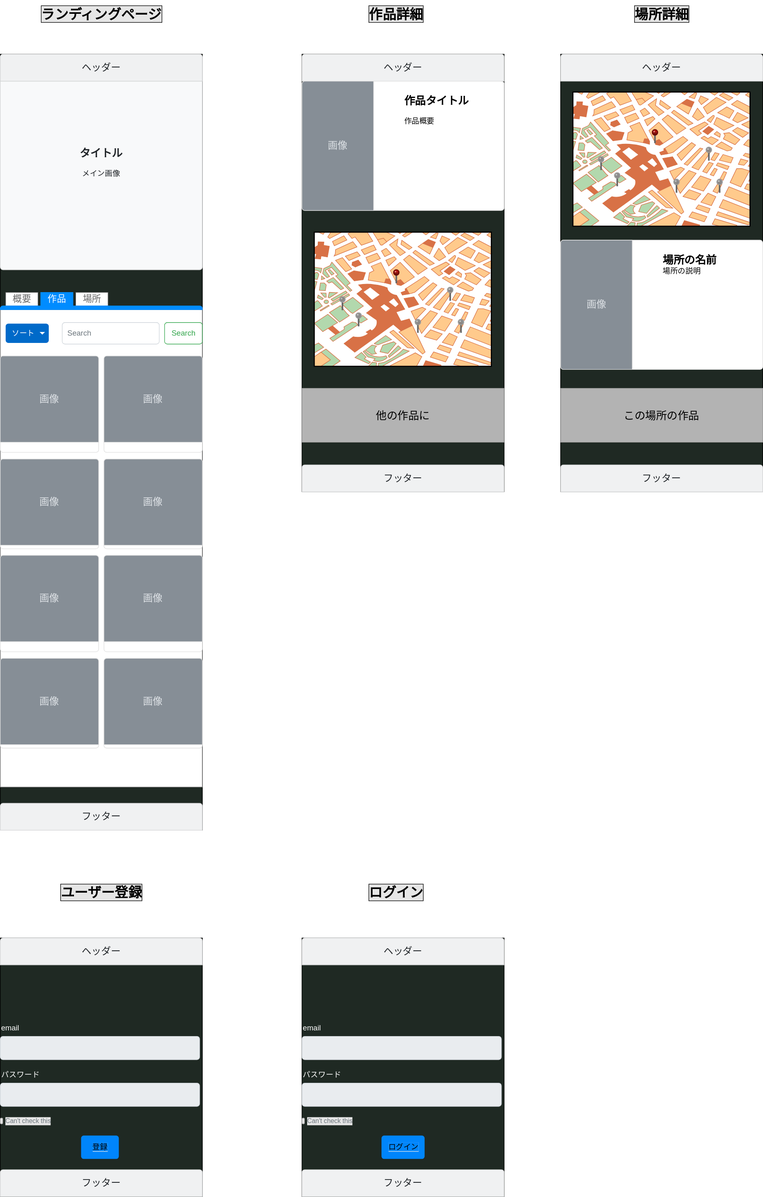
Before: flame.drawio.svg, a diagram exported from draw.io (takumi98/PersonalDevelopment). Source tidied: cells renumbered, new cells last; positions are measured from the earlier drawing's top-left corner, leaving out a move shared by most shapes.
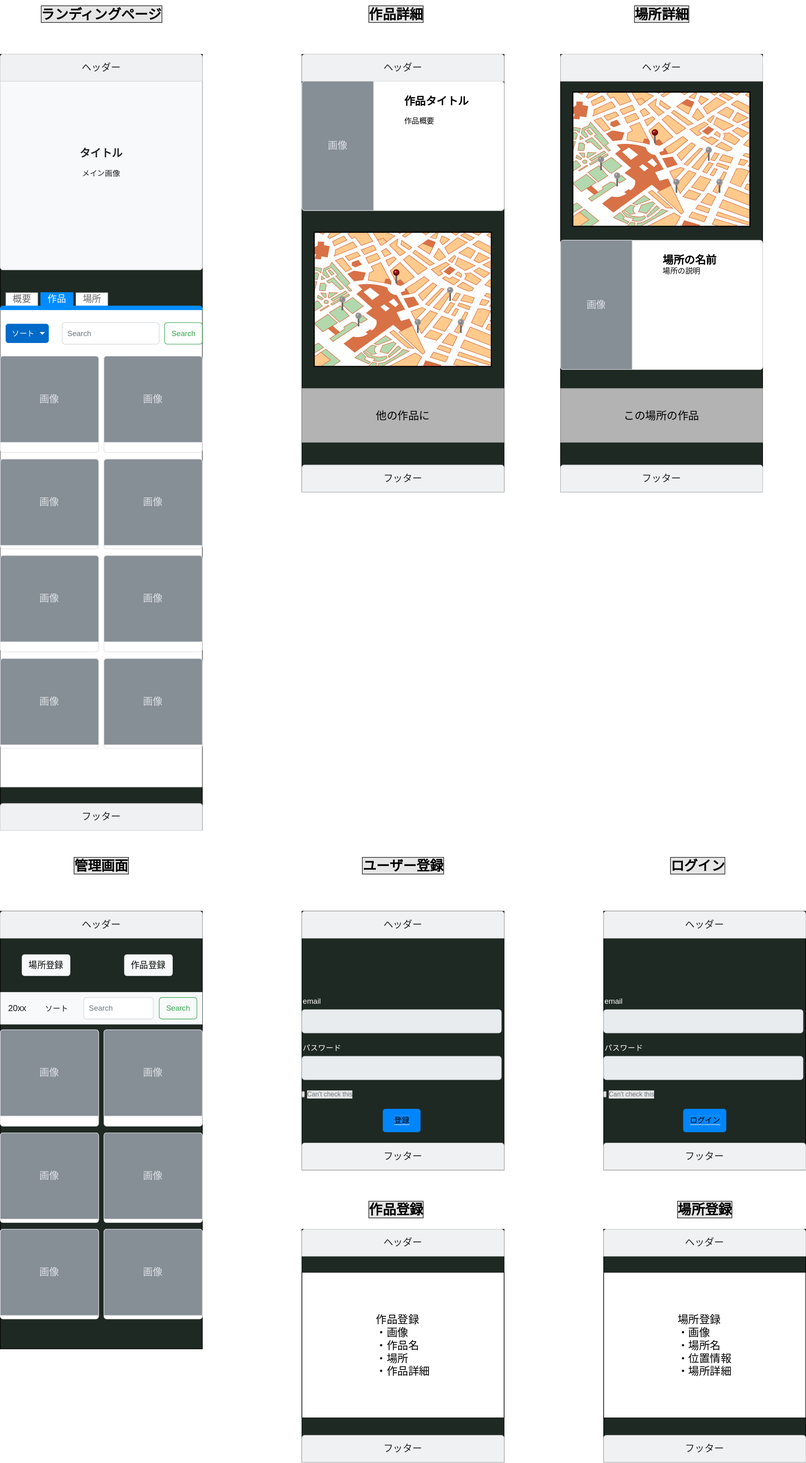
After the change.

Commit message:
[add]管理画面のフレーム追加

Change to the diagram source:
```diff
@@ -219,7 +219,7 @@
       <mxGeometry x="1092.5" width="270" height="50" as="geometry" />
     </mxCell>
     <mxCell id="70" style="group;" parent="1" vertex="1">
-      <mxGeometry y="1740" width="375" height="480" as="geometry" />
+      <mxGeometry x="560" y="1690" width="375" height="480" as="geometry" />
     </mxCell>
     <mxCell id="71" style="verticalLabelPosition=bottom;verticalAlign=top;html=1;shadow=0;dashed=0;strokeWidth=1;shape=mxgraph.ios.iBgFlat;strokeColor=#18211b;fillColor=#1f2923;labelBackgroundColor=#E6E6E6;fontColor=#000000;" parent="70" vertex="1">
       <mxGeometry width="375" height="480" as="geometry" />
@@ -255,10 +255,10 @@
       <mxGeometry x="150" y="366.7" width="70" height="43.3" as="geometry" />
     </mxCell>
     <mxCell id="82" value="&lt;font style=&quot;font-size: 25px&quot;&gt;ユーザー登録&lt;/font&gt;" style="text;html=1;strokeColor=none;fillColor=none;align=center;verticalAlign=middle;whiteSpace=wrap;rounded=0;fontStyle=1;labelBorderColor=#000000;labelBackgroundColor=#E6E6E6;fontColor=#000000;" parent="1" vertex="1">
-      <mxGeometry x="52.5" y="1630" width="270" height="50" as="geometry" />
+      <mxGeometry x="612.5" y="1580" width="270" height="50" as="geometry" />
     </mxCell>
     <mxCell id="83" style="group;" parent="1" vertex="1">
-      <mxGeometry x="560" y="1630" width="375" height="590" as="geometry" />
+      <mxGeometry x="1120" y="1580" width="375" height="590" as="geometry" />
     </mxCell>
     <mxCell id="84" style="group;" parent="83" vertex="1">
       <mxGeometry y="110" width="375" height="480" as="geometry" />
@@ -299,5 +299,122 @@
     <mxCell id="96" value="&lt;span style=&quot;font-size: 25px&quot;&gt;ログイン&lt;/span&gt;" style="text;html=1;strokeColor=none;fillColor=none;align=center;verticalAlign=middle;whiteSpace=wrap;rounded=0;fontStyle=1;labelBorderColor=#000000;labelBackgroundColor=#E6E6E6;fontColor=#000000;" parent="83" vertex="1">
       <mxGeometry x="40" width="270" height="50" as="geometry" />
     </mxCell>
+    <mxCell id="97" value="&lt;span style=&quot;font-size: 25px&quot;&gt;管理画面&lt;/span&gt;" style="text;html=1;strokeColor=none;fillColor=none;align=center;verticalAlign=middle;whiteSpace=wrap;rounded=0;fontStyle=1;labelBorderColor=#000000;labelBackgroundColor=#E6E6E6;fontColor=#000000;" parent="1" vertex="1">
+      <mxGeometry x="52.5" y="1580" width="270" height="50" as="geometry" />
+    </mxCell>
+    <mxCell id="98" style="verticalLabelPosition=bottom;verticalAlign=top;html=1;shadow=0;dashed=0;strokeWidth=1;shape=mxgraph.ios.iBgFlat;strokeColor=#18211b;fillColor=#1f2923;labelBackgroundColor=#E6E6E6;fontColor=#000000;" parent="1" vertex="1">
+      <mxGeometry y="1690" width="375" height="812" as="geometry" />
+    </mxCell>
+    <mxCell id="99" style="verticalLabelPosition=bottom;verticalAlign=top;html=1;shadow=0;dashed=0;strokeWidth=1;shape=mxgraph.ios.iBgFlat;fillColor=none;strokeColor=#000000;" parent="1" vertex="1">
+      <mxGeometry y="1690" width="375" height="812" as="geometry" />
+    </mxCell>
+    <mxCell id="100" value="20xx" style="html=1;shadow=0;dashed=0;fillColor=#F8F9FA;strokeColor=none;fontSize=16;fontColor=#181819;align=left;spacing=15;labelBackgroundColor=none;" parent="1" vertex="1">
+      <mxGeometry y="1840" width="375" height="60" as="geometry" />
+    </mxCell>
+    <mxCell id="101" value="ソート" style="fillColor=none;strokeColor=none;fontSize=14;fontColor=#181819;align=center;" parent="100" vertex="1">
+      <mxGeometry width="70" height="40" relative="1" as="geometry">
+        <mxPoint x="70" y="10" as="offset" />
+      </mxGeometry>
+    </mxCell>
+    <mxCell id="102" value="Search" style="html=1;shadow=0;dashed=0;shape=mxgraph.bootstrap.rrect;rSize=5;fontSize=14;fontColor=#33A64C;strokeColor=#33A64C;fillColor=none;" parent="100" vertex="1">
+      <mxGeometry x="1" width="70" height="40" relative="1" as="geometry">
+        <mxPoint x="-80" y="10" as="offset" />
+      </mxGeometry>
+    </mxCell>
+    <mxCell id="103" value="Search" style="html=1;shadow=0;dashed=0;shape=mxgraph.bootstrap.rrect;rSize=5;fontSize=14;fontColor=#6C767D;strokeColor=#CED4DA;fillColor=#ffffff;align=left;spacing=10;" parent="100" vertex="1">
+      <mxGeometry x="1" width="129" height="40" relative="1" as="geometry">
+        <mxPoint x="-220" y="10" as="offset" />
+      </mxGeometry>
+    </mxCell>
+    <mxCell id="104" style="group;" parent="1" vertex="1">
+      <mxGeometry y="1910" width="375" height="357.7" as="geometry" />
+    </mxCell>
+    <mxCell id="105" style="html=1;shadow=0;dashed=0;shape=mxgraph.bootstrap.rrect;rSize=5;strokeColor=#DFDFDF;html=1;whiteSpace=wrap;fillColor=#ffffff;fontColor=#000000;verticalAlign=top;align=left;spacing=20;spacingBottom=0;fontSize=14;spacingTop=160;" parent="104" vertex="1">
+      <mxGeometry width="182.6" height="178.8" as="geometry" />
+    </mxCell>
+    <mxCell id="106" value="画像" style="html=1;shadow=0;dashed=0;shape=mxgraph.bootstrap.topButton;rSize=5;perimeter=none;whiteSpace=wrap;fillColor=#868E96;strokeColor=#DFDFDF;fontColor=#DEE2E6;fontSize=18;" parent="105" vertex="1">
+      <mxGeometry width="182.57" height="160" relative="1" as="geometry" />
+    </mxCell>
+    <mxCell id="107" style="html=1;shadow=0;dashed=0;shape=mxgraph.bootstrap.rrect;rSize=5;strokeColor=#DFDFDF;html=1;whiteSpace=wrap;fillColor=#ffffff;fontColor=#000000;verticalAlign=top;align=left;spacing=20;spacingBottom=0;fontSize=14;spacingTop=160;" parent="104" vertex="1">
+      <mxGeometry x="192.4" width="182.6" height="178.8" as="geometry" />
+    </mxCell>
+    <mxCell id="108" value="画像" style="html=1;shadow=0;dashed=0;shape=mxgraph.bootstrap.topButton;rSize=5;perimeter=none;whiteSpace=wrap;fillColor=#868E96;strokeColor=#DFDFDF;fontColor=#DEE2E6;fontSize=18;" parent="107" vertex="1">
+      <mxGeometry width="182.57" height="160" relative="1" as="geometry" />
+    </mxCell>
+    <mxCell id="109" style="html=1;shadow=0;dashed=0;shape=mxgraph.bootstrap.rrect;rSize=5;strokeColor=#DFDFDF;html=1;whiteSpace=wrap;fillColor=#ffffff;fontColor=#000000;verticalAlign=top;align=left;spacing=20;spacingBottom=0;fontSize=14;spacingTop=160;" parent="104" vertex="1">
+      <mxGeometry y="191.2" width="182.6" height="166.5" as="geometry" />
+    </mxCell>
+    <mxCell id="110" value="画像" style="html=1;shadow=0;dashed=0;shape=mxgraph.bootstrap.topButton;rSize=5;perimeter=none;whiteSpace=wrap;fillColor=#868E96;strokeColor=#DFDFDF;fontColor=#DEE2E6;fontSize=18;" parent="109" vertex="1">
+      <mxGeometry width="182.57" height="160" relative="1" as="geometry" />
+    </mxCell>
+    <mxCell id="111" style="html=1;shadow=0;dashed=0;shape=mxgraph.bootstrap.rrect;rSize=5;strokeColor=#DFDFDF;html=1;whiteSpace=wrap;fillColor=#ffffff;fontColor=#000000;verticalAlign=top;align=left;spacing=20;spacingBottom=0;fontSize=14;spacingTop=160;" parent="104" vertex="1">
+      <mxGeometry x="192.4" y="191.2" width="182.6" height="166.5" as="geometry" />
+    </mxCell>
+    <mxCell id="112" value="画像" style="html=1;shadow=0;dashed=0;shape=mxgraph.bootstrap.topButton;rSize=5;perimeter=none;whiteSpace=wrap;fillColor=#868E96;strokeColor=#DFDFDF;fontColor=#DEE2E6;fontSize=18;" parent="111" vertex="1">
+      <mxGeometry width="182.57" height="160" relative="1" as="geometry" />
+    </mxCell>
+    <mxCell id="113" value="ヘッダー" style="html=1;shadow=0;dashed=0;shape=mxgraph.bootstrap.topButton;rSize=5;perimeter=none;whiteSpace=wrap;fillColor=#F0F1F2;strokeColor=#D2D3D4;fontColor=#212529;fontSize=18;align=center;spacing=20;" parent="1" vertex="1">
+      <mxGeometry y="1690" width="375" height="50" as="geometry" />
+    </mxCell>
+    <mxCell id="114" style="html=1;shadow=0;dashed=0;shape=mxgraph.bootstrap.rrect;rSize=5;strokeColor=#DFDFDF;html=1;whiteSpace=wrap;fillColor=#ffffff;fontColor=#000000;verticalAlign=top;align=left;spacing=20;spacingBottom=0;fontSize=14;spacingTop=160;" parent="1" vertex="1">
+      <mxGeometry y="2280" width="182.6" height="166.5" as="geometry" />
+    </mxCell>
+    <mxCell id="115" value="画像" style="html=1;shadow=0;dashed=0;shape=mxgraph.bootstrap.topButton;rSize=5;perimeter=none;whiteSpace=wrap;fillColor=#868E96;strokeColor=#DFDFDF;fontColor=#DEE2E6;fontSize=18;" parent="114" vertex="1">
+      <mxGeometry width="182.57" height="160" relative="1" as="geometry" />
+    </mxCell>
+    <mxCell id="116" style="html=1;shadow=0;dashed=0;shape=mxgraph.bootstrap.rrect;rSize=5;strokeColor=#DFDFDF;html=1;whiteSpace=wrap;fillColor=#ffffff;fontColor=#000000;verticalAlign=top;align=left;spacing=20;spacingBottom=0;fontSize=14;spacingTop=160;" parent="1" vertex="1">
+      <mxGeometry x="192.4" y="2280" width="182.6" height="166.5" as="geometry" />
+    </mxCell>
+    <mxCell id="117" value="画像" style="html=1;shadow=0;dashed=0;shape=mxgraph.bootstrap.topButton;rSize=5;perimeter=none;whiteSpace=wrap;fillColor=#868E96;strokeColor=#DFDFDF;fontColor=#DEE2E6;fontSize=18;" parent="116" vertex="1">
+      <mxGeometry width="182.57" height="160" relative="1" as="geometry" />
+    </mxCell>
+    <mxCell id="118" value="場所登録" style="html=1;shadow=0;dashed=0;shape=mxgraph.bootstrap.rrect;rSize=5;strokeColor=none;strokeWidth=1;fillColor=#F8F9FA;fontColor=#000000;whiteSpace=wrap;align=center;verticalAlign=middle;spacingLeft=0;fontStyle=0;fontSize=16;spacing=5;labelBackgroundColor=none;" parent="1" vertex="1">
+      <mxGeometry x="40" y="1770" width="90" height="40" as="geometry" />
+    </mxCell>
+    <mxCell id="119" value="作品登録" style="html=1;shadow=0;dashed=0;shape=mxgraph.bootstrap.rrect;rSize=5;strokeColor=none;strokeWidth=1;fillColor=#F8F9FA;fontColor=#000000;whiteSpace=wrap;align=center;verticalAlign=middle;spacingLeft=0;fontStyle=0;fontSize=16;spacing=5;labelBackgroundColor=none;" parent="1" vertex="1">
+      <mxGeometry x="230" y="1770" width="90" height="40" as="geometry" />
+    </mxCell>
+    <mxCell id="120" value="&lt;span style=&quot;font-size: 25px&quot;&gt;作品登録&lt;/span&gt;" style="text;html=1;strokeColor=none;fillColor=none;align=center;verticalAlign=middle;whiteSpace=wrap;rounded=0;fontStyle=1;labelBorderColor=#000000;labelBackgroundColor=#E6E6E6;fontColor=#000000;" parent="1" vertex="1">
+      <mxGeometry x="640" y="2312.3" width="270" height="50" as="geometry" />
+    </mxCell>
+    <mxCell id="121" style="verticalLabelPosition=bottom;verticalAlign=top;html=1;shadow=0;dashed=0;strokeWidth=1;shape=mxgraph.ios.iBgFlat;strokeColor=#18211b;fillColor=#1f2923;labelBackgroundColor=#E6E6E6;fontColor=#000000;" parent="1" vertex="1">
+      <mxGeometry x="560" y="2280" width="375" height="432.3" as="geometry" />
+    </mxCell>
+    <mxCell id="122" style="verticalLabelPosition=bottom;verticalAlign=top;html=1;shadow=0;dashed=0;strokeWidth=1;shape=mxgraph.ios.iBgFlat;fillColor=none;strokeColor=#000000;" parent="1" vertex="1">
+      <mxGeometry x="560" y="2280" width="375" height="432.3" as="geometry" />
+    </mxCell>
+    <mxCell id="123" value="ヘッダー" style="html=1;shadow=0;dashed=0;shape=mxgraph.bootstrap.topButton;rSize=5;perimeter=none;whiteSpace=wrap;fillColor=#F0F1F2;strokeColor=#D2D3D4;fontColor=#212529;fontSize=18;align=center;spacing=20;" parent="1" vertex="1">
+      <mxGeometry x="560" y="2280" width="375" height="50" as="geometry" />
+    </mxCell>
+    <mxCell id="124" value="フッター" style="html=1;shadow=0;dashed=0;shape=mxgraph.bootstrap.topButton;rSize=5;perimeter=none;whiteSpace=wrap;fillColor=#F0F1F2;strokeColor=#D2D3D4;fontColor=#212529;fontSize=18;align=center;spacing=20;" parent="1" vertex="1">
+      <mxGeometry x="560" y="2662.3" width="375" height="50" as="geometry" />
+    </mxCell>
+    <mxCell id="125" value="&lt;div style=&quot;text-align: justify&quot;&gt;&lt;span style=&quot;color: rgb(0 , 0 , 0) ; font-size: 20px&quot;&gt;作品登録&lt;/span&gt;&lt;/div&gt;&lt;span style=&quot;font-size: 20px ; color: rgb(0 , 0 , 0)&quot;&gt;&lt;div style=&quot;text-align: justify&quot;&gt;&lt;span&gt;・画像&lt;/span&gt;&lt;/div&gt;&lt;/span&gt;&lt;font color=&quot;#000000&quot; style=&quot;font-size: 20px&quot;&gt;&lt;div style=&quot;text-align: justify&quot;&gt;&lt;span&gt;・作品名&lt;/span&gt;&lt;/div&gt;&lt;div style=&quot;text-align: justify&quot;&gt;&lt;span&gt;・場所&lt;/span&gt;&lt;/div&gt;&lt;div style=&quot;text-align: justify&quot;&gt;&lt;span&gt;・作品詳細&lt;/span&gt;&lt;/div&gt;&lt;/font&gt;" style="rounded=0;whiteSpace=wrap;html=1;labelBackgroundColor=none;strokeColor=#000000;strokeWidth=1;fontColor=#FFFFFF;fillColor=#FFFFFF;align=center;" parent="1" vertex="1">
+      <mxGeometry x="560" y="2360" width="375" height="270" as="geometry" />
+    </mxCell>
+    <mxCell id="126" value="&lt;span style=&quot;font-size: 25px&quot;&gt;作品登録&lt;/span&gt;" style="text;html=1;strokeColor=none;fillColor=none;align=center;verticalAlign=middle;whiteSpace=wrap;rounded=0;fontStyle=1;labelBorderColor=#000000;labelBackgroundColor=#E6E6E6;fontColor=#000000;" parent="1" vertex="1">
+      <mxGeometry x="1200" y="2312.3" width="270" height="50" as="geometry" />
+    </mxCell>
+    <mxCell id="127" style="verticalLabelPosition=bottom;verticalAlign=top;html=1;shadow=0;dashed=0;strokeWidth=1;shape=mxgraph.ios.iBgFlat;strokeColor=#18211b;fillColor=#1f2923;labelBackgroundColor=#E6E6E6;fontColor=#000000;" parent="1" vertex="1">
+      <mxGeometry x="1120" y="2280" width="375" height="432.3" as="geometry" />
+    </mxCell>
+    <mxCell id="128" style="verticalLabelPosition=bottom;verticalAlign=top;html=1;shadow=0;dashed=0;strokeWidth=1;shape=mxgraph.ios.iBgFlat;fillColor=none;strokeColor=#000000;" parent="1" vertex="1">
+      <mxGeometry x="1120" y="2280" width="375" height="432.3" as="geometry" />
+    </mxCell>
+    <mxCell id="129" value="ヘッダー" style="html=1;shadow=0;dashed=0;shape=mxgraph.bootstrap.topButton;rSize=5;perimeter=none;whiteSpace=wrap;fillColor=#F0F1F2;strokeColor=#D2D3D4;fontColor=#212529;fontSize=18;align=center;spacing=20;" parent="1" vertex="1">
+      <mxGeometry x="1120" y="2280" width="375" height="50" as="geometry" />
+    </mxCell>
+    <mxCell id="130" value="フッター" style="html=1;shadow=0;dashed=0;shape=mxgraph.bootstrap.topButton;rSize=5;perimeter=none;whiteSpace=wrap;fillColor=#F0F1F2;strokeColor=#D2D3D4;fontColor=#212529;fontSize=18;align=center;spacing=20;" parent="1" vertex="1">
+      <mxGeometry x="1120" y="2662.3" width="375" height="50" as="geometry" />
+    </mxCell>
+    <mxCell id="131" value="&lt;div style=&quot;text-align: justify&quot;&gt;&lt;span style=&quot;color: rgb(0 , 0 , 0) ; font-size: 20px&quot;&gt;場所登録&lt;/span&gt;&lt;/div&gt;&lt;span style=&quot;font-size: 20px ; color: rgb(0 , 0 , 0)&quot;&gt;&lt;div style=&quot;text-align: justify&quot;&gt;&lt;span&gt;・画像&lt;/span&gt;&lt;/div&gt;&lt;/span&gt;&lt;font color=&quot;#000000&quot; style=&quot;font-size: 20px&quot;&gt;&lt;div style=&quot;text-align: justify&quot;&gt;&lt;span&gt;・場所名&lt;/span&gt;&lt;/div&gt;&lt;div style=&quot;text-align: justify&quot;&gt;&lt;span&gt;・位置情報&lt;/span&gt;&lt;/div&gt;&lt;div style=&quot;text-align: justify&quot;&gt;&lt;span&gt;・場所詳細&lt;/span&gt;&lt;/div&gt;&lt;/font&gt;" style="rounded=0;whiteSpace=wrap;html=1;labelBackgroundColor=none;strokeColor=#000000;strokeWidth=1;fontColor=#FFFFFF;fillColor=#FFFFFF;align=center;" parent="1" vertex="1">
+      <mxGeometry x="1120" y="2360" width="375" height="270" as="geometry" />
+    </mxCell>
+    <mxCell id="132" value="&lt;font style=&quot;font-size: 25px&quot;&gt;作品登録&lt;/font&gt;" style="text;html=1;strokeColor=none;fillColor=none;align=center;verticalAlign=middle;whiteSpace=wrap;rounded=0;fontStyle=1;labelBorderColor=#000000;labelBackgroundColor=#E6E6E6;fontColor=#000000;" parent="1" vertex="1">
+      <mxGeometry x="600" y="2217.7" width="270" height="50" as="geometry" />
+    </mxCell>
+    <mxCell id="133" value="&lt;span style=&quot;font-size: 25px&quot;&gt;場所登録&lt;/span&gt;" style="text;html=1;strokeColor=none;fillColor=none;align=center;verticalAlign=middle;whiteSpace=wrap;rounded=0;fontStyle=1;labelBorderColor=#000000;labelBackgroundColor=#E6E6E6;fontColor=#000000;" parent="1" vertex="1">
+      <mxGeometry x="1172.5" y="2217.7" width="270" height="50" as="geometry" />
+    </mxCell>
   </root>
 </mxGraphModel>
```
